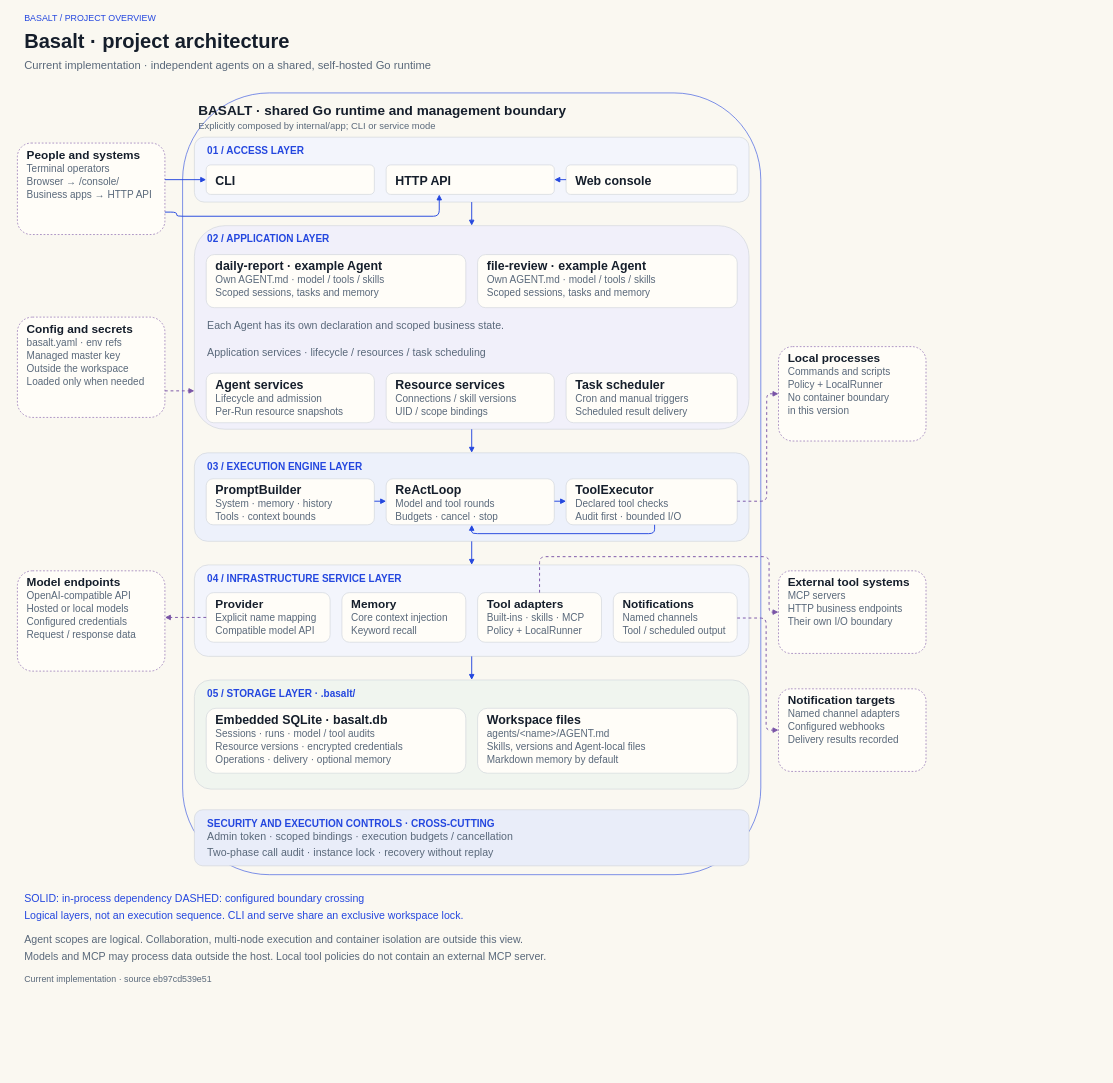
ymedword/basalt keeps this draw.io diagram as page "project-overview-en" (1 of 12) of website/diagrams/basalt-diagrams.drawio. Above is the earlier version. Source tidied: cells renumbered, new cells numbered last; positions are measured from the earlier drawing's top-left corner, leaving out a move shared by most shapes. Both pictures are drawn from the tidied source at 59%, with x=0, y=0 at pixel (17, 10).
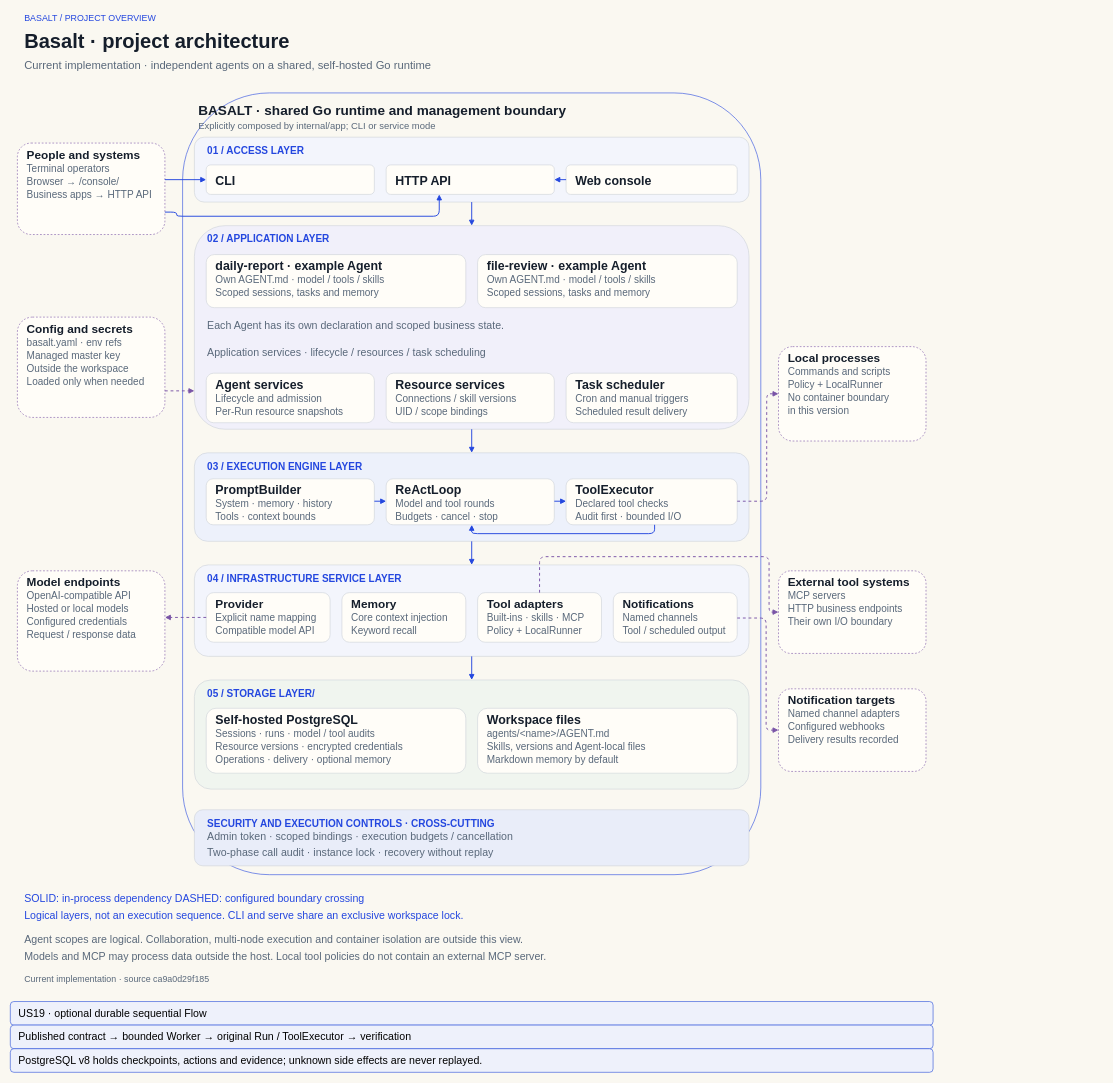
Above is the later version.

Change to the diagram source:
```diff
@@
-    <mxCell id="17" value="05 / STORAGE LAYER · .basalt/" style="text;html=0;whiteSpace=wrap;align=left;verticalAlign=middle;fontFamily=Arial;fontSize=17;fontColor=#2447df;fontStyle=1;" parent="1" vertex="1">
+    <mxCell id="17" value="05 / STORAGE LAYER/" style="text;html=0;whiteSpace=wrap;align=left;verticalAlign=middle;fontFamily=Arial;fontSize=17;fontColor=#2447df;fontStyle=1;" parent="1" vertex="1">
       <mxGeometry x="320" y="1146" width="900" height="25" as="geometry" />
     </mxCell>
@@
-    <mxCell id="75" value="Embedded SQLite · basalt.db" style="text;html=0;whiteSpace=wrap;align=left;verticalAlign=middle;fontFamily=Arial;fontSize=21;fontColor=#151e2b;fontStyle=1;" parent="1" vertex="1">
+    <mxCell id="75" value="Self-hosted PostgreSQL" style="text;html=0;whiteSpace=wrap;align=left;verticalAlign=middle;fontFamily=Arial;fontSize=21;fontColor=#151e2b;fontStyle=1;" parent="1" vertex="1">
       <mxGeometry x="334" y="1187" width="412" height="29" as="geometry" />
     </mxCell>
@@
-    <mxCell id="140" value="Current implementation · source eb97cd539e51" style="text;html=0;whiteSpace=wrap;align=left;verticalAlign=middle;fontFamily=Arial;fontSize=15;fontColor=#59687a;" parent="1" vertex="1">
+    <mxCell id="140" value="Current implementation · source ca9a0d29f185" style="text;html=0;whiteSpace=wrap;align=left;verticalAlign=middle;fontFamily=Arial;fontSize=15;fontColor=#59687a;" parent="1" vertex="1">
       <mxGeometry x="10" y="1630" width="1520" height="23" as="geometry" />
     </mxCell>
+    <mxCell id="141" value="US19 · optional durable sequential Flow" style="rounded=1;whiteSpace=wrap;html=0;fillColor=#eef1fb;strokeColor=#244bd8;fontSize=18;align=left;spacingLeft=12;" parent="1" vertex="1">
+      <mxGeometry x="-12" y="1680" width="1564" height="40" as="geometry" />
+    </mxCell>
+    <mxCell id="142" value="Published contract → bounded Worker → original Run / ToolExecutor → verification" style="rounded=1;whiteSpace=wrap;html=0;fillColor=#eef1fb;strokeColor=#244bd8;fontSize=18;align=left;spacingLeft=12;" parent="1" vertex="1">
+      <mxGeometry x="-12" y="1720" width="1564" height="40" as="geometry" />
+    </mxCell>
+    <mxCell id="143" value="PostgreSQL v8 holds checkpoints, actions and evidence; unknown side effects are never replayed." style="rounded=1;whiteSpace=wrap;html=0;fillColor=#eef1fb;strokeColor=#244bd8;fontSize=18;align=left;spacingLeft=12;" parent="1" vertex="1">
+      <mxGeometry x="-12" y="1760" width="1564" height="40" as="geometry" />
+    </mxCell>
```
